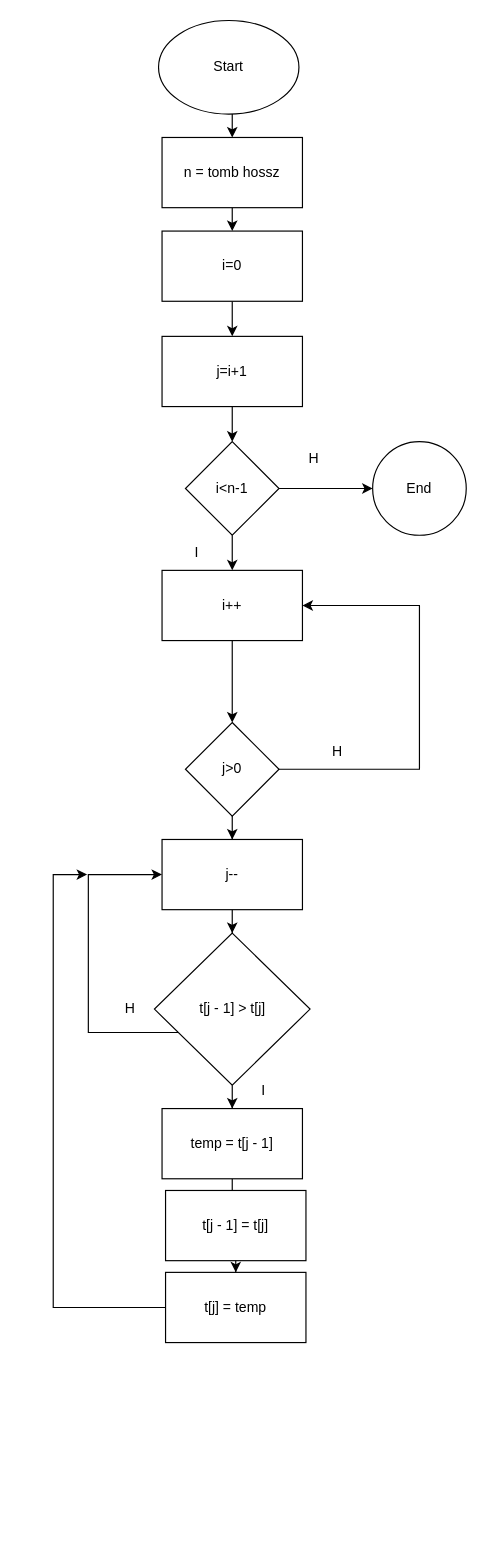
Before: beszúrás, beillesztés.drawio in Dani-frog/ada, a draw.io diagram. Source tidied: cells renumbered, new cells numbered last; positions are measured from the earlier drawing's top-left corner, leaving out a move shared by most shapes. Both pictures are drawn from the tidied source at 117%, with x=0, y=0 at pixel (53, 20).
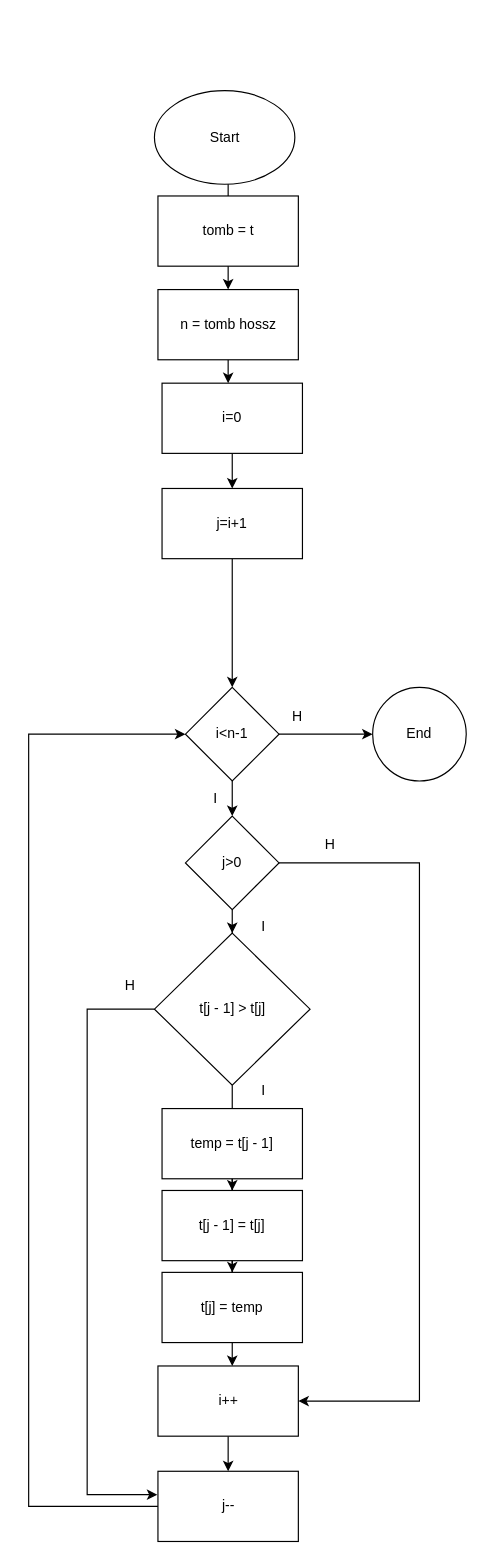
The same page after the edit.

The change refers to these unchanged cells:
```xml
<mxCell id="26" value="temp = t[j - 1]" style="whiteSpace=wrap;html=1;" parent="1" vertex="1">
  <mxGeometry x="93" y="930" width="120" height="60" as="geometry" />
</mxCell>
```

Diff of the diagram source:
```diff
@@
     <mxCell id="2" style="edgeStyle=orthogonalEdgeStyle;rounded=0;jettySize=auto;html=1;" parent="1" edge="1" source="34" target="5">
       <mxGeometry relative="1" as="geometry">
         <Array as="points">
-          <mxPoint x="153" y="120" />
-          <mxPoint x="153" y="120" />
+          <mxPoint x="149.5" y="250" />
+          <mxPoint x="149.5" y="250" />
         </Array>
       </mxGeometry>
     </mxCell>
     <mxCell id="3" value="Start&lt;br&gt;" style="ellipse;whiteSpace=wrap;html=1;" parent="1" vertex="1">
-      <mxGeometry x="90" width="120" height="80" as="geometry" />
+      <mxGeometry x="86.5" y="60" width="120" height="80" as="geometry" />
     </mxCell>
@@
     <mxCell id="5" value="i=0" style="whiteSpace=wrap;html=1;" parent="1" vertex="1">
-      <mxGeometry x="93" y="180" width="120" height="60" as="geometry" />
+      <mxGeometry x="93" y="310" width="120" height="60" as="geometry" />
     </mxCell>
@@
     <mxCell id="7" value="j=i+1" style="whiteSpace=wrap;html=1;" parent="1" vertex="1">
-      <mxGeometry x="93" y="270" width="120" height="60" as="geometry" />
+      <mxGeometry x="93" y="400" width="120" height="60" as="geometry" />
     </mxCell>
@@
-    <mxCell id="9" style="edgeStyle=orthogonalEdgeStyle;rounded=0;jettySize=auto;html=1;" parent="1" edge="1" source="10" target="14">
-      <mxGeometry relative="1" as="geometry" />
+    <mxCell id="9" style="edgeStyle=orthogonalEdgeStyle;rounded=0;jettySize=auto;html=1;" parent="1" edge="1" source="24" target="14">
+      <mxGeometry relative="1" as="geometry">
+        <Array as="points">
+          <mxPoint x="153" y="1000" />
+          <mxPoint x="153" y="1000" />
+        </Array>
+      </mxGeometry>
     </mxCell>
     <mxCell id="10" value="i&amp;lt;n-1" style="rhombus;whiteSpace=wrap;html=1;" parent="1" vertex="1">
-      <mxGeometry x="113" y="360" width="80" height="80" as="geometry" />
+      <mxGeometry x="113" y="570" width="80" height="80" as="geometry" />
     </mxCell>
     <mxCell id="11" value="End&lt;br&gt;" style="ellipse;whiteSpace=wrap;html=1;" parent="1" vertex="1">
-      <mxGeometry x="273" y="360" width="80" height="80" as="geometry" />
+      <mxGeometry x="273" y="570" width="80" height="80" as="geometry" />
     </mxCell>
-    <mxCell id="12" value="H&lt;br&gt;" style="text;html=1;strokeColor=none;fillColor=none;align=center;verticalAlign=middle;whiteSpace=wrap;rounded=0;" parent="1" vertex="1">
-      <mxGeometry x="193" y="360" width="60" height="30" as="geometry" />
-    </mxCell>
-    <mxCell id="13" style="edgeStyle=orthogonalEdgeStyle;rounded=0;jettySize=auto;html=1;" parent="1" edge="1" source="14" target="18">
-      <mxGeometry relative="1" as="geometry" />
-    </mxCell>
-    <mxCell id="14" value="i++&lt;br&gt;" style="whiteSpace=wrap;html=1;" parent="1" vertex="1">
-      <mxGeometry x="93" y="470" width="120" height="60" as="geometry" />
-    </mxCell>
     <mxCell id="15" value="I&lt;br&gt;" style="text;html=1;strokeColor=none;fillColor=none;align=center;verticalAlign=middle;whiteSpace=wrap;rounded=0;" parent="1" vertex="1">
-      <mxGeometry x="93" y="440" width="60" height="30" as="geometry" />
+      <mxGeometry x="109" y="650" width="60" height="30" as="geometry" />
     </mxCell>
     <mxCell id="16" style="edgeStyle=orthogonalEdgeStyle;rounded=0;jettySize=auto;html=1;entryX=1;entryY=0.5;entryDx=0;entryDy=0;" parent="1" edge="1" source="18" target="14">
       <mxGeometry relative="1" as="geometry">
         <Array as="points">
-          <mxPoint x="313" y="640" />
-          <mxPoint x="313" y="500" />
+          <mxPoint x="313" y="720" />
+          <mxPoint x="313" y="1180" />
         </Array>
       </mxGeometry>
     </mxCell>
-    <mxCell id="17" style="edgeStyle=orthogonalEdgeStyle;rounded=0;jettySize=auto;html=1;" parent="1" edge="1" source="18" target="21">
-      <mxGeometry relative="1" as="geometry" />
-    </mxCell>
-    <mxCell id="18" value="j&amp;gt;0" style="rhombus;whiteSpace=wrap;html=1;" parent="1" vertex="1">
-      <mxGeometry x="113" y="600" width="80" height="80" as="geometry" />
-    </mxCell>
+    <mxCell id="35" style="edgeStyle=orthogonalEdgeStyle;rounded=0;jettySize=auto;html=1;" parent="1" edge="1" source="14" target="21">
+      <mxGeometry relative="1" as="geometry" />
+    </mxCell>
+    <mxCell id="14" value="i++&lt;br&gt;" style="whiteSpace=wrap;html=1;" parent="1" vertex="1">
+      <mxGeometry x="89.5" y="1150" width="120" height="60" as="geometry" />
+    </mxCell>
     <mxCell id="19" value="H" style="text;html=1;strokeColor=none;fillColor=none;align=center;verticalAlign=middle;whiteSpace=wrap;rounded=0;" parent="1" vertex="1">
-      <mxGeometry x="213" y="610" width="60" height="30" as="geometry" />
+      <mxGeometry x="179" y="580" width="60" height="30" as="geometry" />
     </mxCell>
-    <mxCell id="20" style="edgeStyle=orthogonalEdgeStyle;rounded=0;jettySize=auto;html=1;" parent="1" edge="1" source="21" target="24">
-      <mxGeometry relative="1" as="geometry" />
-    </mxCell>
+    <mxCell id="36" style="edgeStyle=orthogonalEdgeStyle;rounded=0;jettySize=auto;html=1;entryX=0;entryY=0.5;entryDx=0;entryDy=0;" parent="1" edge="1" source="21" target="10">
+      <mxGeometry relative="1" as="geometry">
+        <Array as="points">
+          <mxPoint x="-21" y="1270" />
+          <mxPoint x="-21" y="610" />
+        </Array>
+      </mxGeometry>
+    </mxCell>
     <mxCell id="21" value="j--" style="whiteSpace=wrap;html=1;" parent="1" vertex="1">
-      <mxGeometry x="93" y="700" width="120" height="60" as="geometry" />
+      <mxGeometry x="89.5" y="1240" width="120" height="60" as="geometry" />
     </mxCell>
-    <mxCell id="22" style="edgeStyle=orthogonalEdgeStyle;rounded=0;jettySize=auto;html=1;" parent="1" edge="1" source="24" target="26">
-      <mxGeometry relative="1" as="geometry" />
-    </mxCell>
-    <mxCell id="23" style="edgeStyle=orthogonalEdgeStyle;rounded=0;jettySize=auto;html=1;entryX=0;entryY=0.5;entryDx=0;entryDy=0;" parent="1" edge="1" source="24" target="21">
+    <mxCell id="23" style="edgeStyle=orthogonalEdgeStyle;rounded=0;jettySize=auto;html=1;" parent="1" edge="1" source="24">
       <mxGeometry relative="1" as="geometry">
+        <mxPoint x="89" y="1260" as="targetPoint" />
         <Array as="points">
-          <mxPoint x="30" y="865" />
-          <mxPoint x="30" y="730" />
+          <mxPoint x="29" y="845" />
+          <mxPoint x="29" y="1260" />
         </Array>
       </mxGeometry>
     </mxCell>
-    <mxCell id="24" value="t[j - 1] &amp;gt; t[j]" style="rhombus;whiteSpace=wrap;html=1;" parent="1" vertex="1">
-      <mxGeometry x="86.5" y="780" width="133" height="130" as="geometry" />
-    </mxCell>
@@
     <mxCell id="28" value="t[j - 1] = t[j]" style="whiteSpace=wrap;html=1;" parent="1" vertex="1">
-      <mxGeometry x="96" y="1000" width="120" height="60" as="geometry" />
+      <mxGeometry x="93" y="1000" width="120" height="60" as="geometry" />
     </mxCell>
-    <mxCell id="29" style="edgeStyle=orthogonalEdgeStyle;rounded=0;jettySize=auto;html=1;" parent="1" edge="1" source="30">
-      <mxGeometry relative="1" as="geometry">
-        <mxPoint x="29" y="730" as="targetPoint" />
-        <Array as="points">
-          <mxPoint y="1100" />
-        </Array>
-      </mxGeometry>
-    </mxCell>
     <mxCell id="30" value="t[j] = temp" style="whiteSpace=wrap;html=1;" parent="1" vertex="1">
-      <mxGeometry x="96" y="1070" width="120" height="60" as="geometry" />
+      <mxGeometry x="93" y="1070" width="120" height="60" as="geometry" />
     </mxCell>
     <mxCell id="31" value="I&lt;br&gt;" style="text;html=1;strokeColor=none;fillColor=none;align=center;verticalAlign=middle;whiteSpace=wrap;rounded=0;" parent="1" vertex="1">
-      <mxGeometry x="150" y="900" width="60" height="30" as="geometry" />
+      <mxGeometry x="149.5" y="900" width="60" height="30" as="geometry" />
     </mxCell>
     <mxCell id="32" value="H&lt;br&gt;" style="text;html=1;strokeColor=none;fillColor=none;align=center;verticalAlign=middle;whiteSpace=wrap;rounded=0;" parent="1" vertex="1">
-      <mxGeometry x="36" y="830" width="60" height="30" as="geometry" />
+      <mxGeometry x="36" y="810" width="60" height="30" as="geometry" />
     </mxCell>
     <mxCell id="33" style="edgeStyle=orthogonalEdgeStyle;rounded=0;jettySize=auto;html=1;" parent="1" edge="1" source="3" target="34">
       <mxGeometry relative="1" as="geometry">
         <Array as="points">
-          <mxPoint x="153" y="90" />
-          <mxPoint x="153" y="90" />
+          <mxPoint x="149.5" y="220" />
+          <mxPoint x="149.5" y="220" />
         </Array>
       </mxGeometry>
     </mxCell>
     <mxCell id="34" value="n = tomb hossz" style="rounded=0;whiteSpace=wrap;html=1;" parent="1" vertex="1">
-      <mxGeometry x="93" y="100" width="120" height="60" as="geometry" />
+      <mxGeometry x="89.5" y="230" width="120" height="60" as="geometry" />
     </mxCell>
+    <mxCell id="37" value="tomb = t" style="rounded=0;whiteSpace=wrap;html=1;" parent="1" vertex="1">
+      <mxGeometry x="89.5" y="150" width="120" height="60" as="geometry" />
+    </mxCell>
+    <mxCell id="38" style="edgeStyle=orthogonalEdgeStyle;rounded=0;jettySize=auto;html=1;" parent="1" edge="1" source="10" target="18">
+      <mxGeometry relative="1" as="geometry" />
+    </mxCell>
+    <mxCell id="18" value="j&amp;gt;0" style="rhombus;whiteSpace=wrap;html=1;" parent="1" vertex="1">
+      <mxGeometry x="113" y="680" width="80" height="80" as="geometry" />
+    </mxCell>
+    <mxCell id="39" style="edgeStyle=orthogonalEdgeStyle;rounded=0;jettySize=auto;html=1;" parent="1" edge="1" source="18" target="24">
+      <mxGeometry relative="1" as="geometry" />
+    </mxCell>
+    <mxCell id="24" value="t[j - 1] &amp;gt; t[j]" style="rhombus;whiteSpace=wrap;html=1;" parent="1" vertex="1">
+      <mxGeometry x="86.5" y="780" width="133" height="130" as="geometry" />
+    </mxCell>
+    <mxCell id="12" value="H" style="text;html=1;strokeColor=none;fillColor=none;align=center;verticalAlign=middle;whiteSpace=wrap;rounded=0;" parent="1" vertex="1">
+      <mxGeometry x="206.5" y="690" width="60" height="30" as="geometry" />
+    </mxCell>
+    <mxCell id="40" value="I&lt;br&gt;" style="text;html=1;strokeColor=none;fillColor=none;align=center;verticalAlign=middle;whiteSpace=wrap;rounded=0;" parent="1" vertex="1">
+      <mxGeometry x="149.5" y="760" width="60" height="30" as="geometry" />
+    </mxCell>
```
